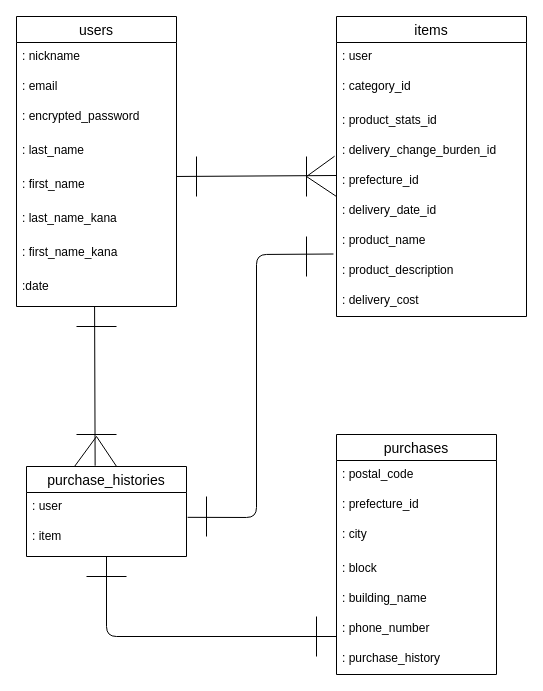
Before: page "ページ1" (1 of 2) of er.dio in itoshin1341/furima-35411, a draw.io diagram. Source tidied: cells renumbered, new cells numbered last; positions are measured from the earlier drawing's top-left corner, leaving out a move shared by most shapes. Both pictures are drawn from the tidied source at 100%, with x=0, y=0 at pixel (16, 16).
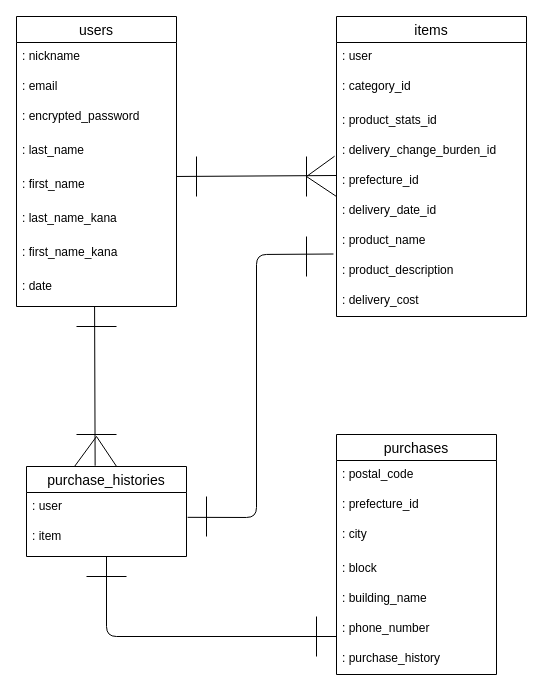
After the change.

Commit message (it also covers changes not shown here):
ER図及びREADMEの修正４

Unchanged cells that the change refers to:
```xml
<mxCell id="2" value="users" style="swimlane;fontStyle=0;horizontal=1;startSize=26;align=center;fontSize=14;" parent="1" vertex="1">
  <mxGeometry width="160" height="290" as="geometry" />
</mxCell>
```

Change to the diagram source:
```diff
@@
-    <mxCell id="10" value=":date" style="text;strokeColor=none;fillColor=none;spacingLeft=4;spacingRight=4;overflow=hidden;points=[[0,0.5],[1,0.5]];portConstraint=eastwest;fontSize=12;" parent="2" vertex="1">
+    <mxCell id="10" value=": date" style="text;strokeColor=none;fillColor=none;spacingLeft=4;spacingRight=4;overflow=hidden;points=[[0,0.5],[1,0.5]];portConstraint=eastwest;fontSize=12;" parent="2" vertex="1">
       <mxGeometry y="256" width="160" height="34" as="geometry" />
     </mxCell>
```
